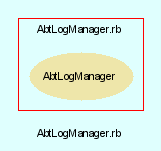
Before: src/trunk/doc/dot/f_3.png, a diagram exported from Graphviz (eschabell/abtlinux). Its source is kept beside it as src/trunk/doc/dot/f_3.dot.
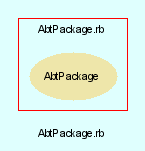
The same file after the commit.

The edit, as a diff of the source:
```diff
@@ -3,24 +3,24 @@
     bgcolor = lightcyan1
     fontname = Arial
     fontsize = 8
-    label = "AbtLogManager.rb"
+    label = "AbtPackage.rb"
     node [
         fontname = Arial,
         fontsize = 8,
         color = black
     ]
 
-    subgraph cluster_3 {
+    subgraph cluster_4 {
         fontname = Arial
         color = red
-        label = "AbtLogManager.rb"
-        AbtLogManager [
+        label = "AbtPackage.rb"
+        AbtPackage [
             fontcolor = black,
-            URL = "classes/AbtLogManager.html",
+            URL = "classes/AbtPackage.html",
             shape = ellipse,
             color = palegoldenrod,
             style = filled,
-            label = "AbtLogManager"
+            label = "AbtPackage"
         ]
 
     }
```
